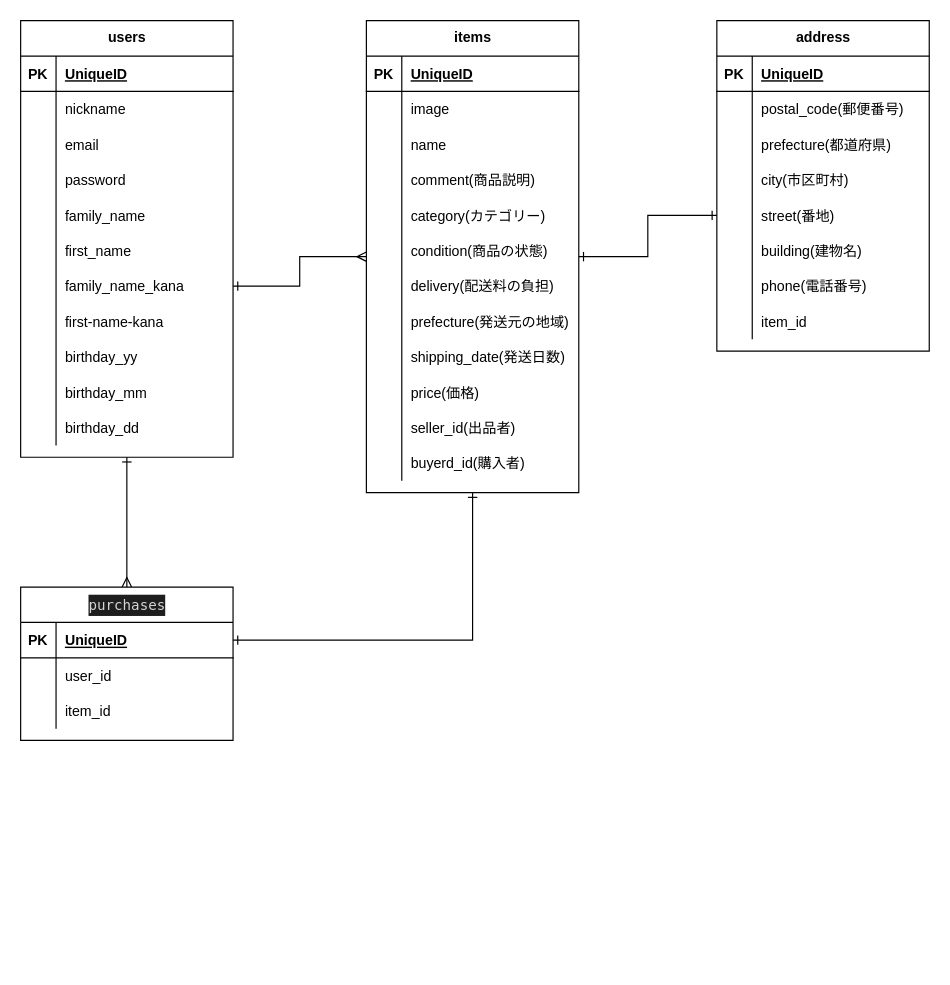
Above: furima.dio in oak1331/furima-33794 (draw.io), before the change. Source tidied: cells renumbered, new cells numbered last; positions are measured from the earlier drawing's top-left corner, leaving out a move shared by most shapes. Both pictures are drawn from the tidied source at 118%, with x=0, y=0 at pixel (20, 20).
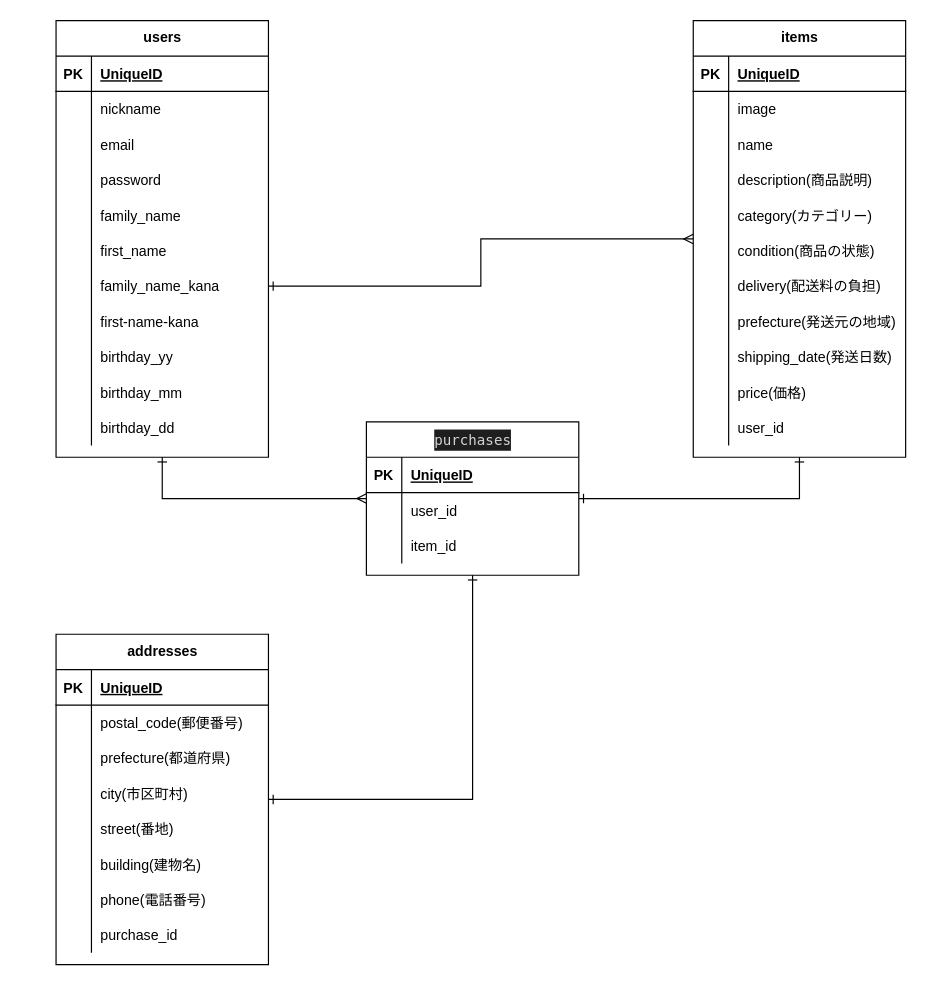
The same diagram, later.

Unchanged cells that the change refers to:
```xml
<mxCell id="47" style="shape=partialRectangle;fillColor=none;top=0;left=0;bottom=0;right=0;" parent="37" vertex="1">
  <mxGeometry y="120" width="180" height="30" as="geometry" />
</mxCell>
<mxCell id="68" style="shape=partialRectangle;fillColor=none;top=0;left=0;bottom=0;right=0;" parent="37" vertex="1">
  <mxGeometry y="330" width="180" height="30" as="geometry" />
</mxCell>
<mxCell id="87" style="shape=partialRectangle;fillColor=none;top=0;left=0;bottom=0;right=0;points=[[0,0.5],[1,0.5]];portConstraint=eastwest;" parent="74" vertex="1">
  <mxGeometry y="150" width="180" height="30" as="geometry" />
</mxCell>
<mxCell id="96" style="shape=partialRectangle;fillColor=none;top=0;left=0;bottom=0;right=0;" parent="74" vertex="1">
  <mxGeometry y="240" width="180" height="30" as="geometry" />
</mxCell>
<mxCell id="100" style="shape=partialRectangle;fillColor=none;top=0;left=0;bottom=1;right=0;points=[[0,0.5],[1,0.5]];portConstraint=eastwest;" parent="99" vertex="1">
  <mxGeometry y="30" width="180" height="30" as="geometry" />
</mxCell>
```

The edit, as a diff of the source:
```diff
@@
     <mxCell id="3" value="users" style="shape=table;startSize=30;childLayout=tableLayout;rowLines=0;fontStyle=1;align=center;html=1;" parent="1" vertex="1">
-      <mxGeometry width="180" height="370" as="geometry" />
+      <mxGeometry x="30" width="180" height="370" as="geometry" />
     </mxCell>
@@
     <mxCell id="37" value="items" style="shape=table;startSize=30;childLayout=tableLayout;rowLines=0;fontStyle=1;align=center;html=1;" parent="1" vertex="1">
-      <mxGeometry x="293" width="180" height="400" as="geometry" />
+      <mxGeometry x="570" width="180" height="370" as="geometry" />
     </mxCell>
@@
-    <mxCell id="49" value="comment(商品説明)" style="shape=partialRectangle;fillColor=none;top=0;left=0;bottom=0;right=0;align=left;spacingLeft=6;overflow=hidden;" parent="47" vertex="1">
+    <mxCell id="49" value="description(商品説明)" style="shape=partialRectangle;fillColor=none;top=0;left=0;bottom=0;right=0;align=left;spacingLeft=6;overflow=hidden;" parent="47" vertex="1">
       <mxGeometry x="30" width="150" height="30" as="geometry" />
     </mxCell>
@@
-    <mxCell id="70" value="seller_id(出品者)" style="shape=partialRectangle;fillColor=none;top=0;left=0;bottom=0;right=0;align=left;spacingLeft=6;overflow=hidden;" parent="68" vertex="1">
+    <mxCell id="70" value="user_id" style="shape=partialRectangle;fillColor=none;top=0;left=0;bottom=0;right=0;align=left;spacingLeft=6;overflow=hidden;" parent="68" vertex="1">
       <mxGeometry x="30" width="150" height="30" as="geometry" />
     </mxCell>
-    <mxCell id="71" style="shape=partialRectangle;fillColor=none;top=0;left=0;bottom=0;right=0;" parent="37" vertex="1">
-      <mxGeometry y="360" width="180" height="30" as="geometry" />
-    </mxCell>
-    <mxCell id="72" style="shape=partialRectangle;fillColor=none;top=0;left=0;bottom=0;right=0;overflow=hidden;" parent="71" vertex="1">
-      <mxGeometry width="30" height="30" as="geometry" />
-    </mxCell>
-    <mxCell id="73" value="buyerd_id(購入者)" style="shape=partialRectangle;fillColor=none;top=0;left=0;bottom=0;right=0;align=left;spacingLeft=6;overflow=hidden;" parent="71" vertex="1">
-      <mxGeometry x="30" width="150" height="30" as="geometry" />
-    </mxCell>
+    <mxCell id="112" style="edgeStyle=orthogonalEdgeStyle;rounded=0;jettySize=auto;html=1;startArrow=ERone;startFill=0;endArrow=ERone;endFill=0;" parent="1" edge="1" source="74" target="99">
+      <mxGeometry relative="1" as="geometry" />
+    </mxCell>
-    <mxCell id="74" value="address" style="shape=table;startSize=30;childLayout=tableLayout;rowLines=0;fontStyle=1;align=center;html=1;" parent="1" vertex="1">
-      <mxGeometry x="590" width="180" height="280" as="geometry" />
+    <mxCell id="74" value="addresses" style="shape=table;startSize=30;childLayout=tableLayout;rowLines=0;fontStyle=1;align=center;html=1;" parent="1" vertex="1">
+      <mxGeometry x="30" y="520" width="180" height="280" as="geometry" />
     </mxCell>
@@
-    <mxCell id="98" value="item_id" style="shape=partialRectangle;fillColor=none;top=0;left=0;bottom=0;right=0;align=left;spacingLeft=6;overflow=hidden;" parent="96" vertex="1">
+    <mxCell id="98" value="purchase_id" style="shape=partialRectangle;fillColor=none;top=0;left=0;bottom=0;right=0;align=left;spacingLeft=6;overflow=hidden;" parent="96" vertex="1">
       <mxGeometry x="30" width="150" height="30" as="geometry" />
     </mxCell>
+    <mxCell id="113" style="edgeStyle=orthogonalEdgeStyle;rounded=0;jettySize=auto;html=1;startArrow=ERone;startFill=0;endArrow=ERone;endFill=0;entryX=0.5;entryY=1;entryDx=0;entryDy=0;" parent="1" edge="1" source="99" target="37">
+      <mxGeometry relative="1" as="geometry" />
+    </mxCell>
     <mxCell id="99" value="&lt;div style=&quot;color: rgb(212 , 212 , 212) ; background-color: rgb(30 , 30 , 30) ; font-family: &amp;#34;menlo&amp;#34; , &amp;#34;monaco&amp;#34; , &amp;#34;courier new&amp;#34; , monospace ; font-weight: normal ; line-height: 18px&quot;&gt;purchases&lt;/div&gt;" style="shape=table;startSize=30;childLayout=tableLayout;rowLines=0;fontStyle=1;align=center;html=1;" parent="1" vertex="1">
-      <mxGeometry y="480" width="180" height="130" as="geometry" />
+      <mxGeometry x="293" y="340" width="180" height="130" as="geometry" />
     </mxCell>
@@
-    <mxCell id="110" style="edgeStyle=orthogonalEdgeStyle;rounded=0;jettySize=auto;html=1;exitX=1;exitY=0.5;exitDx=0;exitDy=0;startArrow=ERone;startFill=0;endArrow=ERone;endFill=0;" parent="1" edge="1" source="100" target="37">
-      <mxGeometry relative="1" as="geometry" />
-    </mxCell>
-    <mxCell id="111" style="edgeStyle=orthogonalEdgeStyle;rounded=0;jettySize=auto;html=1;exitX=0;exitY=0.5;exitDx=0;exitDy=0;startArrow=ERone;startFill=0;endArrow=ERone;endFill=0;" parent="1" edge="1" source="87" target="37">
-      <mxGeometry relative="1" as="geometry" />
-    </mxCell>
```
